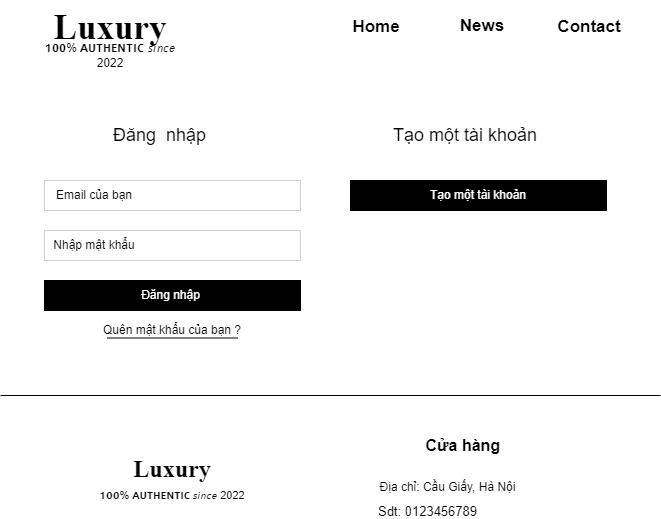
The draw.io diagram images/contact.ipad.png in yenphph/web106_yenphph, before a commit. Source tidied: cells renumbered, new cells last; positions are measured from the earlier drawing's top-left corner, leaving out a move shared by most shapes.
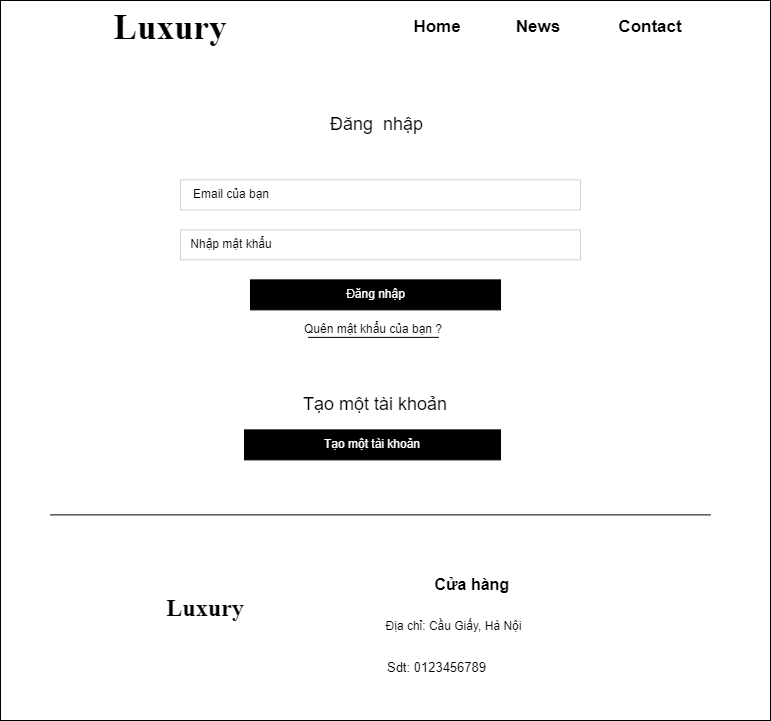
Later version of the same file.

Diff of the diagram source:
```diff
@@ -2,71 +2,68 @@
   <root>
     <mxCell id="0" />
     <mxCell id="1" parent="0" />
-    <mxCell id="2" value="𝟭𝟬𝟬% 𝗔𝗨𝗧𝗛𝗘𝗡𝗧𝗜𝗖 𝘴𝘪𝘯𝘤𝘦 2022" style="text;html=1;strokeColor=none;fillColor=none;align=center;verticalAlign=middle;whiteSpace=wrap;rounded=0;" parent="1" vertex="1">
-      <mxGeometry x="30" y="40.3" width="160" height="30" as="geometry" />
-    </mxCell>
-    <mxCell id="3" value="Luxury" style="text;html=1;strokeColor=none;fillColor=none;align=center;verticalAlign=middle;whiteSpace=wrap;rounded=0;fontSize=35;fontStyle=1;fontFamily=Times New Roman;" parent="1" vertex="1">
-      <mxGeometry x="30" width="160" height="53.1" as="geometry" />
-    </mxCell>
+    <mxCell id="24" style="rounded=0;whiteSpace=wrap;html=1;" parent="1" vertex="1">
+      <mxGeometry x="-50" width="770" height="720" as="geometry" />
+    </mxCell>
     <mxCell id="4" value="Đăng&amp;nbsp; nhập&amp;nbsp;" style="text;html=1;strokeColor=none;fillColor=none;align=center;verticalAlign=middle;whiteSpace=wrap;rounded=0;fontSize=18;" parent="1" vertex="1">
-      <mxGeometry x="106.5" y="120" width="110" height="30" as="geometry" />
+      <mxGeometry x="274" y="109.4" width="110" height="30" as="geometry" />
     </mxCell>
-    <mxCell id="5" style="rounded=0;whiteSpace=wrap;html=1;strokeWidth=0;" parent="1" vertex="1">
-      <mxGeometry x="44" y="180" width="256" height="30" as="geometry" />
-    </mxCell>
-    <mxCell id="6" style="rounded=0;whiteSpace=wrap;html=1;strokeWidth=0;" parent="1" vertex="1">
-      <mxGeometry x="44" y="230" width="256" height="30" as="geometry" />
-    </mxCell>
+    <mxCell id="25" style="rounded=0;whiteSpace=wrap;html=1;strokeWidth=0;" parent="1" vertex="1">
+      <mxGeometry x="130" y="179.4" width="400" height="30" as="geometry" />
+    </mxCell>
+    <mxCell id="26" style="rounded=0;whiteSpace=wrap;html=1;strokeWidth=0;" parent="1" vertex="1">
+      <mxGeometry x="130" y="229.4" width="400" height="30" as="geometry" />
+    </mxCell>
     <mxCell id="7" value="Email của bạn" style="text;html=1;strokeColor=none;fillColor=none;align=center;verticalAlign=middle;whiteSpace=wrap;rounded=0;" parent="1" vertex="1">
-      <mxGeometry x="44" y="180" width="100" height="30" as="geometry" />
+      <mxGeometry x="131" y="179.4" width="100" height="30" as="geometry" />
     </mxCell>
     <mxCell id="8" value="Nhập mật khẩu" style="text;html=1;strokeColor=none;fillColor=none;align=center;verticalAlign=middle;whiteSpace=wrap;rounded=0;" parent="1" vertex="1">
-      <mxGeometry x="44" y="230" width="100" height="30" as="geometry" />
+      <mxGeometry x="131" y="229.4" width="100" height="30" as="geometry" />
     </mxCell>
-    <mxCell id="9" style="rounded=0;whiteSpace=wrap;html=1;strokeWidth=1;fillColor=#000000;" parent="1" vertex="1">
-      <mxGeometry x="44" y="280" width="256" height="30" as="geometry" />
-    </mxCell>
+    <mxCell id="27" style="rounded=0;whiteSpace=wrap;html=1;strokeWidth=1;fillColor=#000000;" parent="1" vertex="1">
+      <mxGeometry x="200" y="279.4" width="250" height="30" as="geometry" />
+    </mxCell>
     <mxCell id="10" value="Đăng nhập" style="text;html=1;strokeColor=none;fillColor=none;align=center;verticalAlign=middle;whiteSpace=wrap;rounded=0;fontColor=#FFFFFF;" parent="1" vertex="1">
-      <mxGeometry x="130" y="280" width="81" height="30" as="geometry" />
+      <mxGeometry x="284.5" y="279.4" width="81" height="30" as="geometry" />
     </mxCell>
     <mxCell id="11" value="Quên mật khẩu của bạn ?" style="text;html=1;strokeColor=none;fillColor=none;align=center;verticalAlign=middle;whiteSpace=wrap;rounded=0;" parent="1" vertex="1">
-      <mxGeometry x="99" y="310" width="146" height="40" as="geometry" />
+      <mxGeometry x="250" y="309.4" width="146" height="40" as="geometry" />
     </mxCell>
-    <mxCell id="12" style="line;strokeWidth=1;html=1;" parent="1" vertex="1">
-      <mxGeometry x="106.5" y="330" width="131" height="15" as="geometry" />
-    </mxCell>
+    <mxCell id="28" style="line;strokeWidth=1;html=1;" parent="1" vertex="1">
+      <mxGeometry x="257.5" y="329.4" width="131" height="15" as="geometry" />
+    </mxCell>
     <mxCell id="13" value="&lt;font style=&quot;font-size: 18px;&quot;&gt;Tạo một tài khoản&lt;/font&gt;" style="text;html=1;strokeColor=none;fillColor=none;align=center;verticalAlign=middle;whiteSpace=wrap;rounded=0;fontSize=18;" parent="1" vertex="1">
-      <mxGeometry x="380" y="120" width="170" height="30" as="geometry" />
+      <mxGeometry x="240" y="389.4" width="170" height="30" as="geometry" />
     </mxCell>
     <mxCell id="14" value="&lt;font color=&quot;#ffffff&quot;&gt;Tạo một tài khoản&lt;/font&gt;" style="rounded=0;whiteSpace=wrap;html=1;strokeWidth=1;strokeColor=#000000;fillColor=#000000;" parent="1" vertex="1">
-      <mxGeometry x="350" y="180" width="256" height="30" as="geometry" />
+      <mxGeometry x="194" y="429.4" width="256" height="30" as="geometry" />
     </mxCell>
-    <mxCell id="15" style="line;strokeWidth=1;dashed=0;labelPosition=right;align=left;verticalAlign=middle;spacingTop=0;spacingLeft=6;" parent="1" vertex="1">
-      <mxGeometry y="390" width="660" height="10" as="geometry" />
-    </mxCell>
+    <mxCell id="29" style="line;strokeWidth=1;dashed=0;labelPosition=right;align=left;verticalAlign=middle;spacingTop=0;spacingLeft=6;" parent="1" vertex="1">
+      <mxGeometry y="509.4" width="660" height="10" as="geometry" />
+    </mxCell>
     <mxCell id="16" value="&lt;font style=&quot;font-size: 24px;&quot;&gt;Luxury&lt;/font&gt;" style="text;html=1;strokeColor=none;fillColor=none;align=center;verticalAlign=middle;whiteSpace=wrap;rounded=0;fontSize=35;fontStyle=1;fontFamily=Times New Roman;" parent="1" vertex="1">
-      <mxGeometry x="117" y="450" width="110" height="30" as="geometry" />
+      <mxGeometry x="100" y="589.4" width="110" height="30" as="geometry" />
     </mxCell>
-    <mxCell id="17" value="𝟭𝟬𝟬% 𝗔𝗨𝗧𝗛𝗘𝗡𝗧𝗜𝗖 𝘴𝘪𝘯𝘤𝘦 2022" style="text;html=1;strokeColor=none;fillColor=none;align=center;verticalAlign=middle;whiteSpace=wrap;rounded=0;fontSize=11;" parent="1" vertex="1">
-      <mxGeometry x="92" y="480" width="160" height="30" as="geometry" />
-    </mxCell>
     <mxCell id="18" value="Cửa hàng&amp;nbsp;" style="text;html=1;strokeColor=none;fillColor=none;align=center;verticalAlign=middle;whiteSpace=wrap;rounded=0;fontSize=16;fontStyle=1;" parent="1" vertex="1">
-      <mxGeometry x="371" y="430" width="188" height="30" as="geometry" />
+      <mxGeometry x="330" y="569.4" width="188" height="30" as="geometry" />
     </mxCell>
     <mxCell id="19" value="Địa chỉ: Cầu Giấy, Hà Nội" style="text;html=1;align=center;verticalAlign=middle;strokeColor=none;fillColor=none;fontSize=12;" parent="1" vertex="1">
-      <mxGeometry x="364" y="470" width="165" height="33" as="geometry" />
+      <mxGeometry x="320" y="609.4" width="165" height="33" as="geometry" />
     </mxCell>
     <mxCell id="20" value="Sdt: 0123456789" style="text;html=1;strokeColor=none;fillColor=none;align=center;verticalAlign=middle;whiteSpace=wrap;rounded=0;fontSize=13;" parent="1" vertex="1">
-      <mxGeometry x="364" y="503" width="127" height="15" as="geometry" />
+      <mxGeometry x="323" y="659.4" width="127" height="15" as="geometry" />
     </mxCell>
     <mxCell id="21" value="&lt;span style=&quot;font-size: 17px;&quot;&gt;&lt;b&gt;Home&lt;/b&gt;&lt;/span&gt;" style="text;html=1;strokeColor=none;fillColor=none;align=center;verticalAlign=middle;whiteSpace=wrap;rounded=0;" parent="1" vertex="1">
-      <mxGeometry x="334" y="12.2" width="84" height="30" as="geometry" />
+      <mxGeometry x="344.5" y="11.6" width="84" height="30" as="geometry" />
     </mxCell>
     <mxCell id="22" value="&lt;b&gt;&lt;font style=&quot;font-size: 17px;&quot;&gt;News&lt;/font&gt;&lt;/b&gt;" style="text;html=1;strokeColor=none;fillColor=none;align=center;verticalAlign=middle;whiteSpace=wrap;rounded=0;" parent="1" vertex="1">
-      <mxGeometry x="451.5" y="10.9" width="60" height="30" as="geometry" />
+      <mxGeometry x="458" y="11.6" width="60" height="30" as="geometry" />
     </mxCell>
     <mxCell id="23" value="&lt;span style=&quot;font-size: 17px;&quot;&gt;&lt;b&gt;Contact&lt;/b&gt;&lt;/span&gt;" style="text;html=1;strokeColor=none;fillColor=none;align=center;verticalAlign=middle;whiteSpace=wrap;rounded=0;" parent="1" vertex="1">
-      <mxGeometry x="558.5" y="12.2" width="60" height="30" as="geometry" />
+      <mxGeometry x="570" y="11.6" width="60" height="30" as="geometry" />
     </mxCell>
+    <mxCell id="3" value="Luxury" style="text;html=1;strokeColor=none;fillColor=none;align=center;verticalAlign=middle;whiteSpace=wrap;rounded=0;fontSize=35;fontStyle=1;fontFamily=Times New Roman;" parent="1" vertex="1">
+      <mxGeometry x="40" width="160" height="53.1" as="geometry" />
+    </mxCell>
   </root>
 </mxGraphModel>
```
